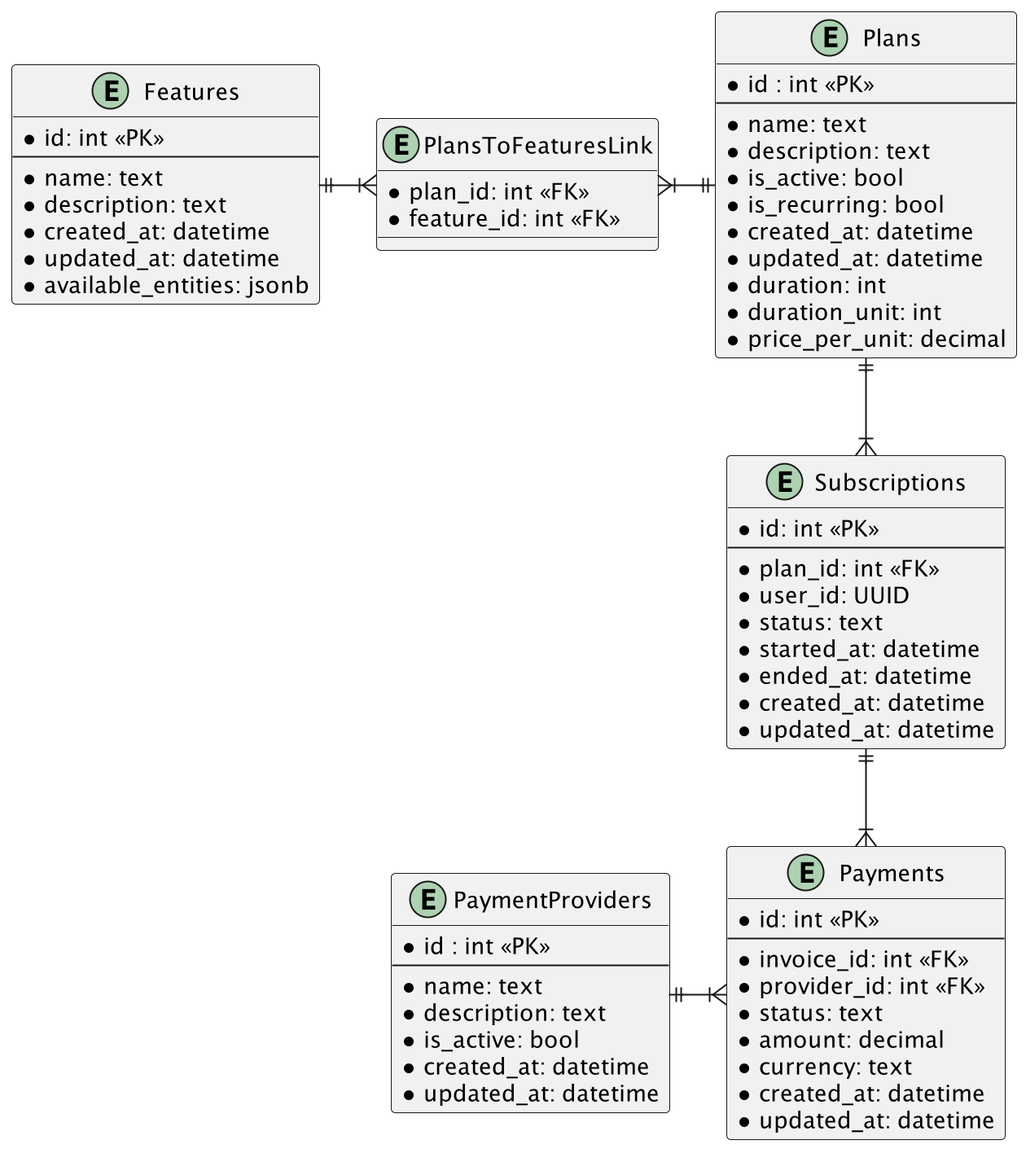
Earlier version of the PlantUML export architecture/db_entities.png (AlexanderZharyuk/billing-service). Its source is kept beside it as architecture/db_entities.puml.
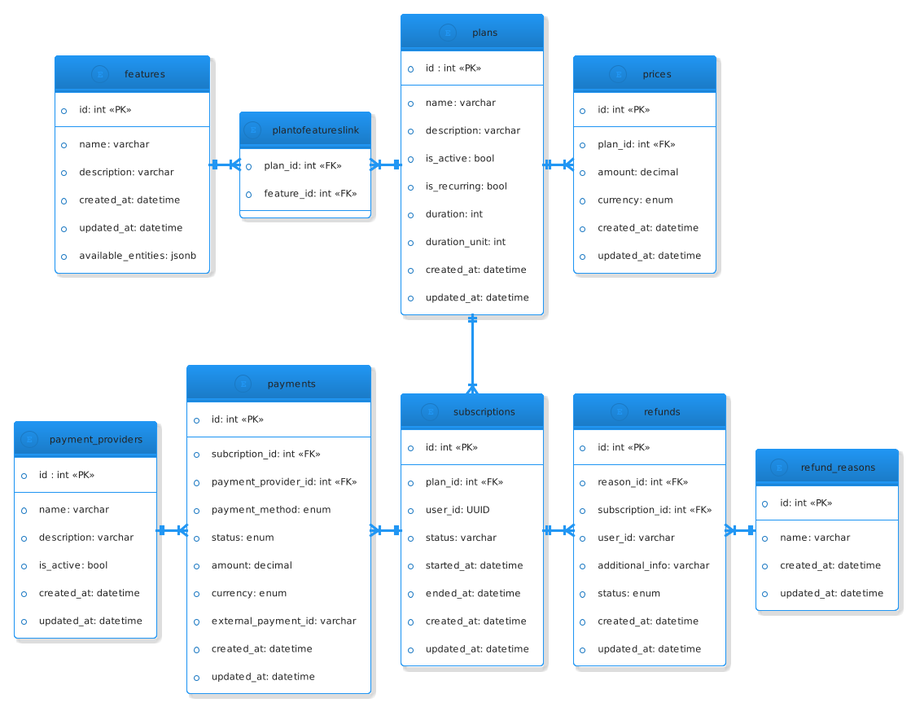
Later version of the same file.

Change to the diagram source:
```diff
@@ -1,76 +1,112 @@
 @startuml
 skinparam linetype ortho
+!theme materia-outline
 
-entity "Subscriptions" as subscription {
+entity "subscriptions" as subscription #fff {
   *id: int <<PK>>
   --
   *plan_id: int <<FK>>
   *user_id: UUID
-  *status: text
+  *status: varchar
   *started_at: datetime
   *ended_at: datetime
   *created_at: datetime
   *updated_at: datetime
 }
 
-entity "Plans" as plan {
+entity "plans" as plan {
   *id : int <<PK>>
   --
-  *name: text
-  *description: text
+  *name: varchar
+  *description: varchar
   *is_active: bool
   *is_recurring: bool
-  *created_at: datetime
-  *updated_at: datetime
   *duration: int
   *duration_unit: int
-  *price_per_unit: decimal
-}
-
-
-entity "Payments" as payment {
-  *id: int <<PK>>
-  --
-  *invoice_id: int <<FK>>
-  *provider_id: int <<FK>>
-  *status: text
-  *amount: decimal
-  *currency: text
   *created_at: datetime
   *updated_at: datetime
 }
 
 
-entity "PaymentProviders" as provider {
+entity "payments" as payment{
+  *id: int <<PK>>
+  --
+  *subcription_id: int <<FK>>
+  *payment_provider_id: int <<FK>>
+  *payment_method: enum
+  *status: enum
+  *amount: decimal
+  *currency: enum
+  *external_payment_id: varchar
+  *created_at: datetime
+  *updated_at: datetime
+}
+
+entity "prices" as price {
+  *id: int <<PK>>
+  --
+  *plan_id: int <<FK>>
+  *amount: decimal
+  *currency: enum
+  *created_at: datetime
+  *updated_at: datetime
+}
+
+
+entity "payment_providers" as provider {
   *id : int <<PK>>
   --
-  *name: text
-  *description: text
+  *name: varchar
+  *description: varchar
   *is_active: bool
   *created_at: datetime
   *updated_at: datetime
 }
 
-
-entity "Features" as feature{
+entity "features" as feature{
   *id: int <<PK>>
   --
-  *name: text
-  *description: text
+  *name: varchar
+  *description: varchar
   *created_at: datetime
   *updated_at: datetime
   *available_entities: jsonb
 }
 
 
-entity "PlansToFeaturesLink" as plan_features {
+entity "plantofeatureslink" as plan_features {
   *plan_id: int <<FK>>
   *feature_id: int <<FK>>
 }
 
-payment }|-up-|| subscription
+
+entity "refunds" as refund {
+  *id: int <<PK>>
+  --
+  *reason_id: int <<FK>>
+  *subscription_id: int <<FK>>
+  *user_id: varchar
+  *additional_info: varchar
+  *status: enum
+  *created_at: datetime
+  *updated_at: datetime
+}
+
+
+entity "refund_reasons" as reasons {
+  *id: int <<PK>>
+  --
+  *name: varchar
+  *created_at: datetime
+  *updated_at: datetime
+}
+
+payment }|-right-|| subscription
+price }|-left-|| plan
 subscription }|-up-|| plan
 payment }|-left-|| provider
 plan ||-left-|{ plan_features
 plan_features }|-left-|| feature
+refund }|-left-|| subscription
+refund }|-r-|| reasons
 @enduml
```
